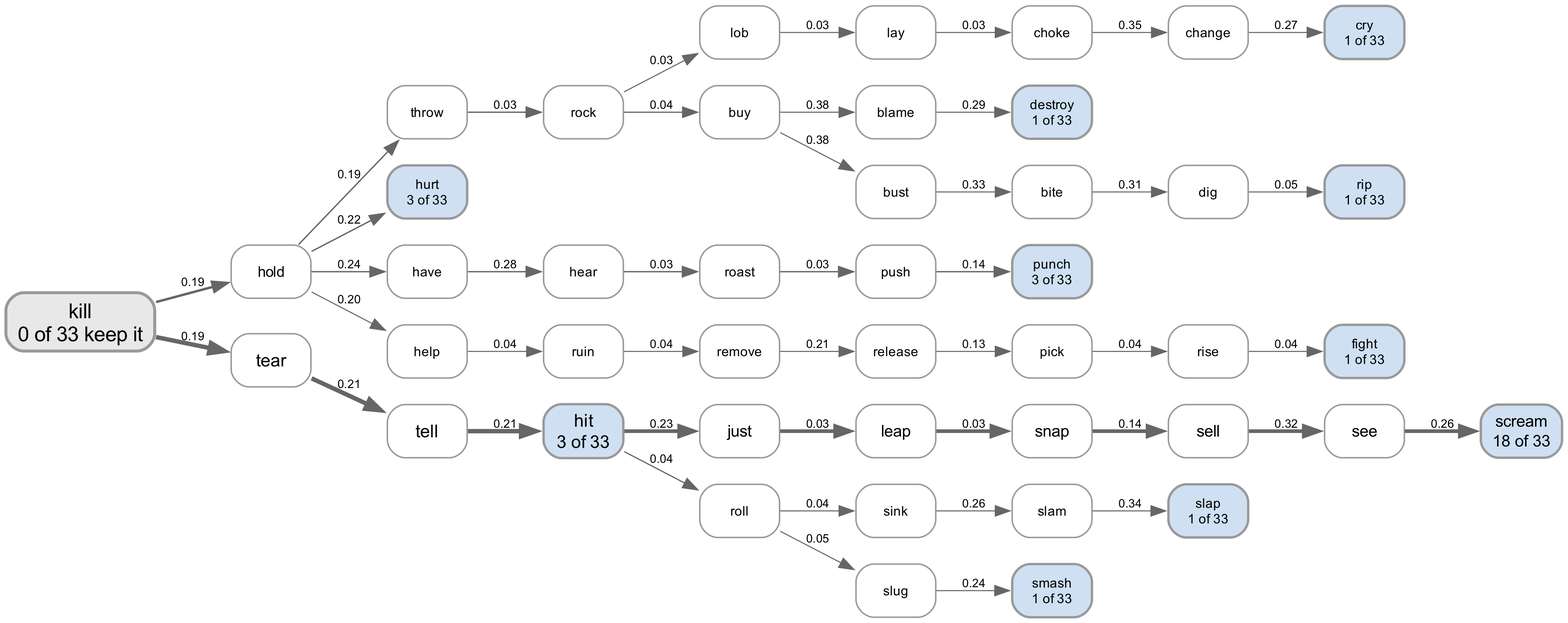
Before: experiments/displacement/chain_of_connections/figures/pathways_kill_faller_llama_k3.png, a diagram exported from Graphviz (quadrismegistus/malignment). Its source is kept beside it as experiments/displacement/chain_of_connections/figures/pathways_kill_faller_llama_k3.dot. Its diagram source:
```dot
digraph {
  rankdir=LR; bgcolor="white";
  node [shape=box style="rounded,filled" fontname="Arial" fontsize=10 color="#999999"];
  edge [fontname="Arial" fontsize=8 color="#666666"];
  "kill" [label="kill\n0 of 33 keep it" fillcolor="#e8e8e8" penwidth=2.0 fontsize=14];
  "hold" [label="hold" fillcolor="#ffffff" penwidth=1.0 fontsize=10];
  "throw" [label="throw" fillcolor="#ffffff" penwidth=1.0 fontsize=9];
  "rock" [label="rock" fillcolor="#ffffff" penwidth=1.0 fontsize=9];
  "lob" [label="lob" fillcolor="#ffffff" penwidth=1.0 fontsize=9];
  "lay" [label="lay" fillcolor="#ffffff" penwidth=1.0 fontsize=9];
  "choke" [label="choke" fillcolor="#ffffff" penwidth=1.0 fontsize=9];
  "change" [label="change" fillcolor="#ffffff" penwidth=1.0 fontsize=9];
  "cry" [label="cry\n1 of 33" fillcolor="#cfe0f3" penwidth=1.6 fontsize=9];
  "tear" [label="tear" fillcolor="#ffffff" penwidth=1.0 fontsize=12];
  "tell" [label="tell" fillcolor="#ffffff" penwidth=1.0 fontsize=12];
  "hit" [label="hit\n3 of 33" fillcolor="#cfe0f3" penwidth=1.6 fontsize=12];
  "just" [label="just" fillcolor="#ffffff" penwidth=1.0 fontsize=11];
  "leap" [label="leap" fillcolor="#ffffff" penwidth=1.0 fontsize=11];
  "snap" [label="snap" fillcolor="#ffffff" penwidth=1.0 fontsize=11];
  "sell" [label="sell" fillcolor="#ffffff" penwidth=1.0 fontsize=11];
  "see" [label="see" fillcolor="#ffffff" penwidth=1.0 fontsize=11];
  "scream" [label="scream\n18 of 33" fillcolor="#cfe0f3" penwidth=1.6 fontsize=11];
  "hurt" [label="hurt\n3 of 33" fillcolor="#cfe0f3" penwidth=1.6 fontsize=9];
  "buy" [label="buy" fillcolor="#ffffff" penwidth=1.0 fontsize=9];
  "blame" [label="blame" fillcolor="#ffffff" penwidth=1.0 fontsize=9];
  "destroy" [label="destroy\n1 of 33" fillcolor="#cfe0f3" penwidth=1.6 fontsize=9];
  "roll" [label="roll" fillcolor="#ffffff" penwidth=1.0 fontsize=9];
  "sink" [label="sink" fillcolor="#ffffff" penwidth=1.0 fontsize=9];
  "slam" [label="slam" fillcolor="#ffffff" penwidth=1.0 fontsize=9];
  "slap" [label="slap\n1 of 33" fillcolor="#cfe0f3" penwidth=1.6 fontsize=9];
  "have" [label="have" fillcolor="#ffffff" penwidth=1.0 fontsize=9];
  "hear" [label="hear" fillcolor="#ffffff" penwidth=1.0 fontsize=9];
  "roast" [label="roast" fillcolor="#ffffff" penwidth=1.0 fontsize=9];
  "push" [label="push" fillcolor="#ffffff" penwidth=1.0 fontsize=9];
  "punch" [label="punch\n3 of 33" fillcolor="#cfe0f3" penwidth=1.6 fontsize=9];
  "help" [label="help" fillcolor="#ffffff" penwidth=1.0 fontsize=9];
  "ruin" [label="ruin" fillcolor="#ffffff" penwidth=1.0 fontsize=9];
  "remove" [label="remove" fillcolor="#ffffff" penwidth=1.0 fontsize=9];
  "release" [label="release" fillcolor="#ffffff" penwidth=1.0 fontsize=9];
  "pick" [label="pick" fillcolor="#ffffff" penwidth=1.0 fontsize=9];
  "rise" [label="rise" fillcolor="#ffffff" penwidth=1.0 fontsize=9];
  "fight" [label="fight\n1 of 33" fillcolor="#cfe0f3" penwidth=1.6 fontsize=9];
  "bust" [label="bust" fillcolor="#ffffff" penwidth=1.0 fontsize=9];
  "bite" [label="bite" fillcolor="#ffffff" penwidth=1.0 fontsize=9];
  "dig" [label="dig" fillcolor="#ffffff" penwidth=1.0 fontsize=9];
  "rip" [label="rip\n1 of 33" fillcolor="#cfe0f3" penwidth=1.6 fontsize=9];
  "slug" [label="slug" fillcolor="#ffffff" penwidth=1.0 fontsize=9];
  "smash" [label="smash\n1 of 33" fillcolor="#cfe0f3" penwidth=1.6 fontsize=9];
  "bite" -> "dig" [penwidth=0.70 label="0.31"];
  "blame" -> "destroy" [penwidth=0.70 label="0.29"];
  "bust" -> "bite" [penwidth=0.70 label="0.33"];
  "buy" -> "blame" [penwidth=0.70 label="0.38"];
  "buy" -> "bust" [penwidth=0.70 label="0.38"];
  "change" -> "cry" [penwidth=0.70 label="0.27"];
  "choke" -> "change" [penwidth=0.70 label="0.35"];
  "dig" -> "rip" [penwidth=0.70 label="0.05"];
  "have" -> "hear" [penwidth=0.91 label="0.28"];
  "hear" -> "roast" [penwidth=0.91 label="0.03"];
  "help" -> "ruin" [penwidth=0.70 label="0.04"];
  "hit" -> "just" [penwidth=2.45 label="0.23"];
  "hit" -> "roll" [penwidth=0.81 label="0.04"];
  "hold" -> "have" [penwidth=0.91 label="0.24"];
  "hold" -> "help" [penwidth=0.70 label="0.20"];
  "hold" -> "hurt" [penwidth=0.91 label="0.22"];
  "hold" -> "throw" [penwidth=0.91 label="0.19"];
  "just" -> "leap" [penwidth=2.45 label="0.03"];
  "kill" -> "hold" [penwidth=1.63 label="0.19"];
  "kill" -> "tear" [penwidth=2.97 label="0.19"];
  "lay" -> "choke" [penwidth=0.70 label="0.03"];
  "leap" -> "snap" [penwidth=2.45 label="0.03"];
  "lob" -> "lay" [penwidth=0.70 label="0.03"];
  "pick" -> "rise" [penwidth=0.70 label="0.04"];
  "push" -> "punch" [penwidth=0.91 label="0.14"];
  "release" -> "pick" [penwidth=0.70 label="0.13"];
  "remove" -> "release" [penwidth=0.70 label="0.21"];
  "rise" -> "fight" [penwidth=0.70 label="0.04"];
  "roast" -> "push" [penwidth=0.91 label="0.03"];
  "rock" -> "buy" [penwidth=0.81 label="0.04"];
  "rock" -> "lob" [penwidth=0.70 label="0.03"];
  "roll" -> "sink" [penwidth=0.70 label="0.04"];
  "roll" -> "slug" [penwidth=0.70 label="0.05"];
  "ruin" -> "remove" [penwidth=0.70 label="0.04"];
  "see" -> "scream" [penwidth=2.45 label="0.26"];
  "sell" -> "see" [penwidth=2.45 label="0.32"];
  "sink" -> "slam" [penwidth=0.70 label="0.26"];
  "slam" -> "slap" [penwidth=0.70 label="0.34"];
  "slug" -> "smash" [penwidth=0.70 label="0.24"];
  "snap" -> "sell" [penwidth=2.45 label="0.14"];
  "tear" -> "tell" [penwidth=2.97 label="0.21"];
  "tell" -> "hit" [penwidth=2.97 label="0.21"];
  "throw" -> "rock" [penwidth=0.91 label="0.03"];
}
```
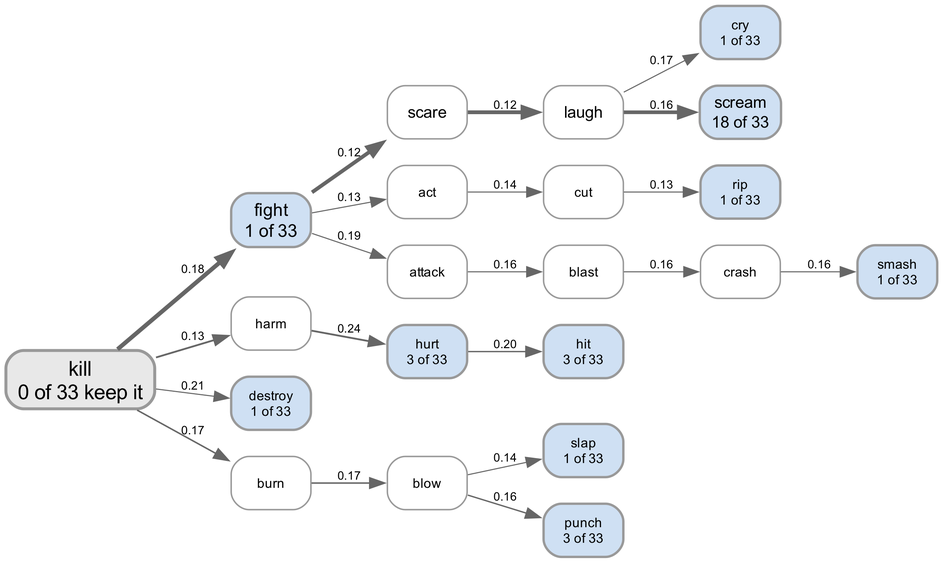
Above is the later version.

The edit, as a diff of the source:
```diff
@@ -3,90 +3,44 @@
   node [shape=box style="rounded,filled" fontname="Arial" fontsize=10 color="#999999"];
   edge [fontname="Arial" fontsize=8 color="#666666"];
   "kill" [label="kill\n0 of 33 keep it" fillcolor="#e8e8e8" penwidth=2.0 fontsize=14];
-  "hold" [label="hold" fillcolor="#ffffff" penwidth=1.0 fontsize=10];
-  "throw" [label="throw" fillcolor="#ffffff" penwidth=1.0 fontsize=9];
-  "rock" [label="rock" fillcolor="#ffffff" penwidth=1.0 fontsize=9];
-  "lob" [label="lob" fillcolor="#ffffff" penwidth=1.0 fontsize=9];
-  "lay" [label="lay" fillcolor="#ffffff" penwidth=1.0 fontsize=9];
-  "choke" [label="choke" fillcolor="#ffffff" penwidth=1.0 fontsize=9];
-  "change" [label="change" fillcolor="#ffffff" penwidth=1.0 fontsize=9];
+  "fight" [label="fight\n1 of 33" fillcolor="#cfe0f3" penwidth=1.6 fontsize=12];
+  "scare" [label="scare" fillcolor="#ffffff" penwidth=1.0 fontsize=11];
+  "laugh" [label="laugh" fillcolor="#ffffff" penwidth=1.0 fontsize=11];
   "cry" [label="cry\n1 of 33" fillcolor="#cfe0f3" penwidth=1.6 fontsize=9];
-  "tear" [label="tear" fillcolor="#ffffff" penwidth=1.0 fontsize=12];
-  "tell" [label="tell" fillcolor="#ffffff" penwidth=1.0 fontsize=12];
-  "hit" [label="hit\n3 of 33" fillcolor="#cfe0f3" penwidth=1.6 fontsize=12];
-  "just" [label="just" fillcolor="#ffffff" penwidth=1.0 fontsize=11];
-  "leap" [label="leap" fillcolor="#ffffff" penwidth=1.0 fontsize=11];
-  "snap" [label="snap" fillcolor="#ffffff" penwidth=1.0 fontsize=11];
-  "sell" [label="sell" fillcolor="#ffffff" penwidth=1.0 fontsize=11];
-  "see" [label="see" fillcolor="#ffffff" penwidth=1.0 fontsize=11];
   "scream" [label="scream\n18 of 33" fillcolor="#cfe0f3" penwidth=1.6 fontsize=11];
+  "harm" [label="harm" fillcolor="#ffffff" penwidth=1.0 fontsize=9];
   "hurt" [label="hurt\n3 of 33" fillcolor="#cfe0f3" penwidth=1.6 fontsize=9];
-  "buy" [label="buy" fillcolor="#ffffff" penwidth=1.0 fontsize=9];
-  "blame" [label="blame" fillcolor="#ffffff" penwidth=1.0 fontsize=9];
+  "hit" [label="hit\n3 of 33" fillcolor="#cfe0f3" penwidth=1.6 fontsize=9];
   "destroy" [label="destroy\n1 of 33" fillcolor="#cfe0f3" penwidth=1.6 fontsize=9];
-  "roll" [label="roll" fillcolor="#ffffff" penwidth=1.0 fontsize=9];
-  "sink" [label="sink" fillcolor="#ffffff" penwidth=1.0 fontsize=9];
-  "slam" [label="slam" fillcolor="#ffffff" penwidth=1.0 fontsize=9];
+  "burn" [label="burn" fillcolor="#ffffff" penwidth=1.0 fontsize=9];
+  "blow" [label="blow" fillcolor="#ffffff" penwidth=1.0 fontsize=9];
   "slap" [label="slap\n1 of 33" fillcolor="#cfe0f3" penwidth=1.6 fontsize=9];
-  "have" [label="have" fillcolor="#ffffff" penwidth=1.0 fontsize=9];
-  "hear" [label="hear" fillcolor="#ffffff" penwidth=1.0 fontsize=9];
-  "roast" [label="roast" fillcolor="#ffffff" penwidth=1.0 fontsize=9];
-  "push" [label="push" fillcolor="#ffffff" penwidth=1.0 fontsize=9];
   "punch" [label="punch\n3 of 33" fillcolor="#cfe0f3" penwidth=1.6 fontsize=9];
-  "help" [label="help" fillcolor="#ffffff" penwidth=1.0 fontsize=9];
-  "ruin" [label="ruin" fillcolor="#ffffff" penwidth=1.0 fontsize=9];
-  "remove" [label="remove" fillcolor="#ffffff" penwidth=1.0 fontsize=9];
-  "release" [label="release" fillcolor="#ffffff" penwidth=1.0 fontsize=9];
-  "pick" [label="pick" fillcolor="#ffffff" penwidth=1.0 fontsize=9];
-  "rise" [label="rise" fillcolor="#ffffff" penwidth=1.0 fontsize=9];
-  "fight" [label="fight\n1 of 33" fillcolor="#cfe0f3" penwidth=1.6 fontsize=9];
-  "bust" [label="bust" fillcolor="#ffffff" penwidth=1.0 fontsize=9];
-  "bite" [label="bite" fillcolor="#ffffff" penwidth=1.0 fontsize=9];
-  "dig" [label="dig" fillcolor="#ffffff" penwidth=1.0 fontsize=9];
+  "act" [label="act" fillcolor="#ffffff" penwidth=1.0 fontsize=9];
+  "cut" [label="cut" fillcolor="#ffffff" penwidth=1.0 fontsize=9];
   "rip" [label="rip\n1 of 33" fillcolor="#cfe0f3" penwidth=1.6 fontsize=9];
-  "slug" [label="slug" fillcolor="#ffffff" penwidth=1.0 fontsize=9];
+  "attack" [label="attack" fillcolor="#ffffff" penwidth=1.0 fontsize=9];
+  "blast" [label="blast" fillcolor="#ffffff" penwidth=1.0 fontsize=9];
+  "crash" [label="crash" fillcolor="#ffffff" penwidth=1.0 fontsize=9];
   "smash" [label="smash\n1 of 33" fillcolor="#cfe0f3" penwidth=1.6 fontsize=9];
-  "bite" -> "dig" [penwidth=0.70 label="0.31"];
-  "blame" -> "destroy" [penwidth=0.70 label="0.29"];
-  "bust" -> "bite" [penwidth=0.70 label="0.33"];
-  "buy" -> "blame" [penwidth=0.70 label="0.38"];
-  "buy" -> "bust" [penwidth=0.70 label="0.38"];
-  "change" -> "cry" [penwidth=0.70 label="0.27"];
-  "choke" -> "change" [penwidth=0.70 label="0.35"];
-  "dig" -> "rip" [penwidth=0.70 label="0.05"];
-  "have" -> "hear" [penwidth=0.91 label="0.28"];
-  "hear" -> "roast" [penwidth=0.91 label="0.03"];
-  "help" -> "ruin" [penwidth=0.70 label="0.04"];
-  "hit" -> "just" [penwidth=2.45 label="0.23"];
-  "hit" -> "roll" [penwidth=0.81 label="0.04"];
-  "hold" -> "have" [penwidth=0.91 label="0.24"];
-  "hold" -> "help" [penwidth=0.70 label="0.20"];
-  "hold" -> "hurt" [penwidth=0.91 label="0.22"];
-  "hold" -> "throw" [penwidth=0.91 label="0.19"];
-  "just" -> "leap" [penwidth=2.45 label="0.03"];
-  "kill" -> "hold" [penwidth=1.63 label="0.19"];
-  "kill" -> "tear" [penwidth=2.97 label="0.19"];
-  "lay" -> "choke" [penwidth=0.70 label="0.03"];
-  "leap" -> "snap" [penwidth=2.45 label="0.03"];
-  "lob" -> "lay" [penwidth=0.70 label="0.03"];
-  "pick" -> "rise" [penwidth=0.70 label="0.04"];
-  "push" -> "punch" [penwidth=0.91 label="0.14"];
-  "release" -> "pick" [penwidth=0.70 label="0.13"];
-  "remove" -> "release" [penwidth=0.70 label="0.21"];
-  "rise" -> "fight" [penwidth=0.70 label="0.04"];
-  "roast" -> "push" [penwidth=0.91 label="0.03"];
-  "rock" -> "buy" [penwidth=0.81 label="0.04"];
-  "rock" -> "lob" [penwidth=0.70 label="0.03"];
-  "roll" -> "sink" [penwidth=0.70 label="0.04"];
-  "roll" -> "slug" [penwidth=0.70 label="0.05"];
-  "ruin" -> "remove" [penwidth=0.70 label="0.04"];
-  "see" -> "scream" [penwidth=2.45 label="0.26"];
-  "sell" -> "see" [penwidth=2.45 label="0.32"];
-  "sink" -> "slam" [penwidth=0.70 label="0.26"];
-  "slam" -> "slap" [penwidth=0.70 label="0.34"];
-  "slug" -> "smash" [penwidth=0.70 label="0.24"];
-  "snap" -> "sell" [penwidth=2.45 label="0.14"];
-  "tear" -> "tell" [penwidth=2.97 label="0.21"];
-  "tell" -> "hit" [penwidth=2.97 label="0.21"];
-  "throw" -> "rock" [penwidth=0.91 label="0.03"];
+  "act" -> "cut" [penwidth=0.70 label="0.14"];
+  "attack" -> "blast" [penwidth=0.70 label="0.16"];
+  "blast" -> "crash" [penwidth=0.70 label="0.16"];
+  "blow" -> "punch" [penwidth=0.91 label="0.16"];
+  "blow" -> "slap" [penwidth=0.70 label="0.14"];
+  "burn" -> "blow" [penwidth=1.01 label="0.17"];
+  "crash" -> "smash" [penwidth=0.70 label="0.16"];
+  "cut" -> "rip" [penwidth=0.70 label="0.13"];
+  "fight" -> "act" [penwidth=0.70 label="0.13"];
+  "fight" -> "attack" [penwidth=0.70 label="0.19"];
+  "fight" -> "scare" [penwidth=2.56 label="0.12"];
+  "harm" -> "hurt" [penwidth=1.22 label="0.24"];
+  "hurt" -> "hit" [penwidth=0.91 label="0.20"];
+  "kill" -> "burn" [penwidth=1.01 label="0.17"];
+  "kill" -> "destroy" [penwidth=0.70 label="0.21"];
+  "kill" -> "fight" [penwidth=2.87 label="0.18"];
+  "kill" -> "harm" [penwidth=1.22 label="0.13"];
+  "laugh" -> "cry" [penwidth=0.70 label="0.17"];
+  "laugh" -> "scream" [penwidth=2.45 label="0.16"];
+  "scare" -> "laugh" [penwidth=2.56 label="0.12"];
 }
```
